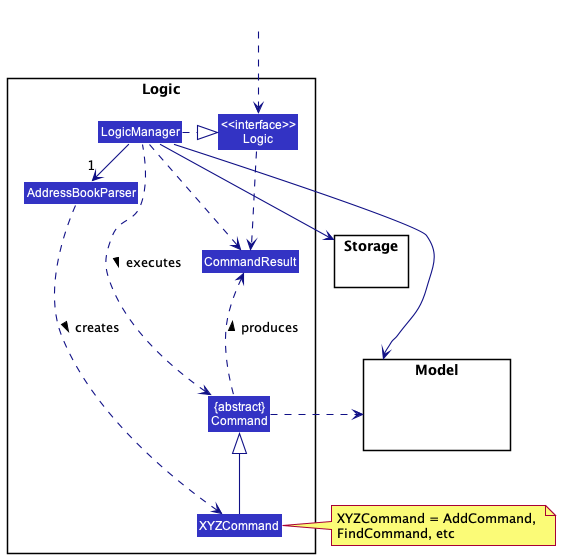
Earlier version of the PlantUML export docs/images/LogicClassDiagram.png (nus-cs2103-AY2223S2/tp).
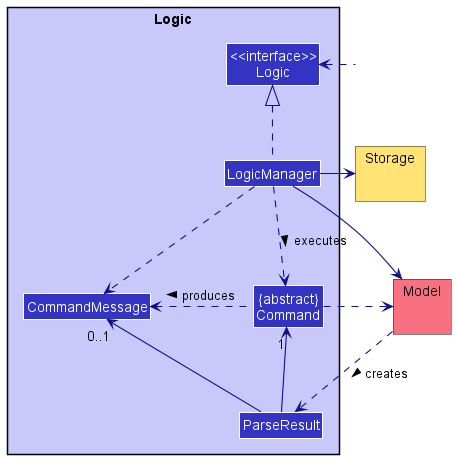
After the change.

Commit message:
Update Logic class diagram

Change to the diagram source:
```diff
@@ -1,46 +1,58 @@
-@startuml
+@startuml LogicClassDiagram
 !include style.puml
+
+skinparam RoundCorner 0
+
 skinparam arrowThickness 1.1
 skinparam arrowColor LOGIC_COLOR_T4
 skinparam classBackgroundColor LOGIC_COLOR
 
-package Logic {
+hide <<hidden>> stereotype
 
-Class AddressBookParser
-Class XYZCommand
-Class CommandResult
-Class "{abstract}\nCommand" as Command
+<style>
+    .hidden {
+        BackGroundColor transparent
+        BorderColor transparent
+        FontColor transparent
+        LineColor transparent
+        StereotypeFontColor transparent
+    }
+</style>
 
+package Logic LOGIC_COLOR_T1 {
 
-Class "<<interface>>\nLogic" as Logic
-Class LogicManager
+    Class CommandMessage
+    Class "{abstract}\nCommand" as Command
+    Class "<<interface>>\nLogic" as Logic
+
+    Class ParseResult
+
+    Class LogicManager
+
 }
 
-package Model{
-Class HiddenModel #FFFFFF
+package Model MODEL_COLOR_T1 {
 }
 
-package Storage{
+package Storage STORAGE_COLOR_T1 {
 }
 
-Class HiddenOutside #FFFFFF
-HiddenOutside ..> Logic
+Class HiddenOut <<hidden>>
 
-LogicManager .right.|> Logic
-LogicManager -right->"1" AddressBookParser
-AddressBookParser ..> XYZCommand : creates >
+HiddenOut .left.> Logic
 
-XYZCommand -up-|> Command
-LogicManager .left.> Command : executes >
+LogicManager .up.|> Logic
+LogicManager ..> Command : executes >
+Command .left.> CommandMessage : produces >
 
-LogicManager --> Model
-LogicManager --> Storage
-Storage --[hidden] Model
-Command .[hidden]up.> Storage
-Command .right.> Model
-note right of XYZCommand: XYZCommand = AddCommand, \nFindCommand, etc
+LogicManager -down-> Model
+LogicManager -right-> Storage
 
-Logic ..> CommandResult
-LogicManager .down.> CommandResult
-Command .up.> CommandResult : produces >
+Model ..> ParseResult : creates >
+ParseResult -up-> "1" Command
+ParseResult -> "0..1" CommandMessage
+
+Command ..> Model
+LogicManager ..> CommandMessage
+
 @enduml
```
